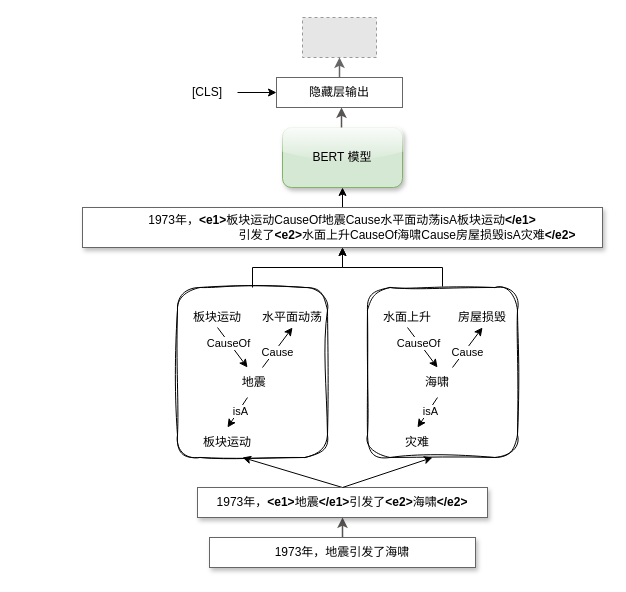
Above: page "第 7 页" (7 of 11) of 2.drawio in JiaXinLI98/myProject (draw.io), before the change. Source tidied: cells renumbered, new cells numbered last; positions are measured from the earlier drawing's top-left corner, leaving out a move shared by most shapes. Both pictures are drawn from the tidied source at 100%, with x=0, y=0 at pixel (82, 17). Pictures stored in the file or linked from it are replaced by grey dashed boxes.
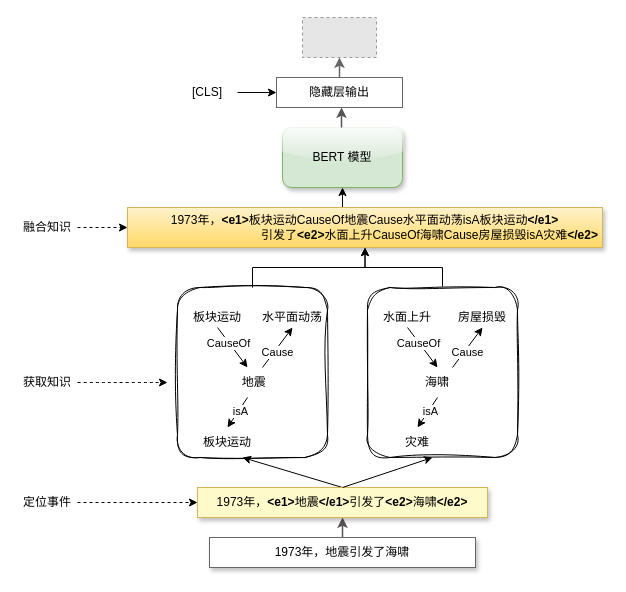
The same page after the edit.

The edit, as a diff of the source:
```diff
@@
-    <mxCell id="5" value="1973年，&lt;b&gt;&amp;lt;e1&amp;gt;&lt;/b&gt;地震&lt;b&gt;&amp;lt;/e1&amp;gt;&lt;/b&gt;引发了&lt;b&gt;&amp;lt;e2&amp;gt;&lt;/b&gt;海啸&lt;b&gt;&amp;lt;/e2&amp;gt;&lt;/b&gt;" style="rounded=0;whiteSpace=wrap;html=1;shadow=1;strokeColor=#666666;" parent="1" vertex="1">
+    <mxCell id="5" value="1973年，&lt;b&gt;&amp;lt;e1&amp;gt;&lt;/b&gt;地震&lt;b&gt;&amp;lt;/e1&amp;gt;&lt;/b&gt;引发了&lt;b&gt;&amp;lt;e2&amp;gt;&lt;/b&gt;海啸&lt;b&gt;&amp;lt;/e2&amp;gt;&lt;/b&gt;" style="rounded=0;whiteSpace=wrap;html=1;shadow=1;strokeColor=#d6b656;fillColor=#FFFAC9;" parent="1" vertex="1">
       <mxGeometry x="115" y="470" width="290" height="30" as="geometry" />
     </mxCell>
@@
-    <mxCell id="32" value="1973年，&lt;b&gt;&amp;lt;e1&amp;gt;&lt;/b&gt;板块运动CauseOf地震Cause水平面动荡isA板块运动&lt;b&gt;&amp;lt;/e1&amp;gt;&lt;br&gt;&lt;/b&gt;&amp;nbsp; &amp;nbsp; &amp;nbsp; &amp;nbsp; &amp;nbsp; &amp;nbsp; &amp;nbsp; &amp;nbsp; &amp;nbsp; &amp;nbsp; &amp;nbsp; &amp;nbsp; &amp;nbsp; &amp;nbsp; &amp;nbsp; &amp;nbsp; &amp;nbsp; &amp;nbsp; &amp;nbsp; &amp;nbsp;引发了&lt;b&gt;&amp;lt;e2&amp;gt;&lt;/b&gt;水面上升CauseOf海啸Cause房屋损毁isA灾难&lt;b&gt;&amp;lt;/e2&amp;gt;&lt;/b&gt;" style="rounded=0;whiteSpace=wrap;html=1;shadow=1;strokeColor=#666666;" parent="1" vertex="1">
-      <mxGeometry y="190" width="520" height="40" as="geometry" />
+    <mxCell id="32" value="1973年，&lt;b&gt;&amp;lt;e1&amp;gt;&lt;/b&gt;板块运动CauseOf地震Cause水平面动荡isA板块运动&lt;b&gt;&amp;lt;/e1&amp;gt;&lt;br&gt;&lt;/b&gt;&amp;nbsp; &amp;nbsp; &amp;nbsp; &amp;nbsp; &amp;nbsp; &amp;nbsp; &amp;nbsp; &amp;nbsp; &amp;nbsp; &amp;nbsp; &amp;nbsp; &amp;nbsp; &amp;nbsp; &amp;nbsp; &amp;nbsp; &amp;nbsp; &amp;nbsp; &amp;nbsp; &amp;nbsp; &amp;nbsp;引发了&lt;b&gt;&amp;lt;e2&amp;gt;&lt;/b&gt;水面上升CauseOf海啸Cause房屋损毁isA灾难&lt;b&gt;&amp;lt;/e2&amp;gt;&lt;/b&gt;" style="rounded=0;whiteSpace=wrap;html=1;shadow=1;strokeColor=#d6b656;fillColor=#fff2cc;gradientColor=#ffd966;" parent="1" vertex="1">
+      <mxGeometry x="45" y="190" width="475" height="40" as="geometry" />
     </mxCell>
@@
+    <mxCell id="40" style="edgeStyle=orthogonalEdgeStyle;rounded=0;jettySize=auto;html=1;entryX=0;entryY=0.5;entryDx=0;entryDy=0;dashed=1;" parent="1" edge="1" source="41" target="5">
+      <mxGeometry relative="1" as="geometry" />
+    </mxCell>
+    <mxCell id="41" value="定位事件" style="text;html=1;strokeColor=none;fillColor=none;align=center;verticalAlign=middle;whiteSpace=wrap;rounded=0;" parent="1" vertex="1">
+      <mxGeometry x="-65" y="470" width="60" height="30" as="geometry" />
+    </mxCell>
+    <mxCell id="42" style="edgeStyle=orthogonalEdgeStyle;rounded=0;jettySize=auto;html=1;dashed=1;curved=1;" parent="1" edge="1" source="43">
+      <mxGeometry relative="1" as="geometry">
+        <mxPoint x="85" y="365" as="targetPoint" />
+      </mxGeometry>
+    </mxCell>
+    <mxCell id="43" value="获取知识" style="text;html=1;strokeColor=none;fillColor=none;align=center;verticalAlign=middle;whiteSpace=wrap;rounded=0;" parent="1" vertex="1">
+      <mxGeometry x="-65" y="350" width="60" height="30" as="geometry" />
+    </mxCell>
+    <mxCell id="44" style="edgeStyle=orthogonalEdgeStyle;rounded=0;jettySize=auto;html=1;exitX=1;exitY=0.5;exitDx=0;exitDy=0;entryX=0;entryY=0.5;entryDx=0;entryDy=0;dashed=1;" parent="1" edge="1" source="45" target="32">
+      <mxGeometry relative="1" as="geometry" />
+    </mxCell>
+    <mxCell id="45" value="融合知识" style="text;html=1;strokeColor=none;fillColor=none;align=center;verticalAlign=middle;whiteSpace=wrap;rounded=0;" parent="1" vertex="1">
+      <mxGeometry x="-65" y="195" width="60" height="30" as="geometry" />
+    </mxCell>
```
